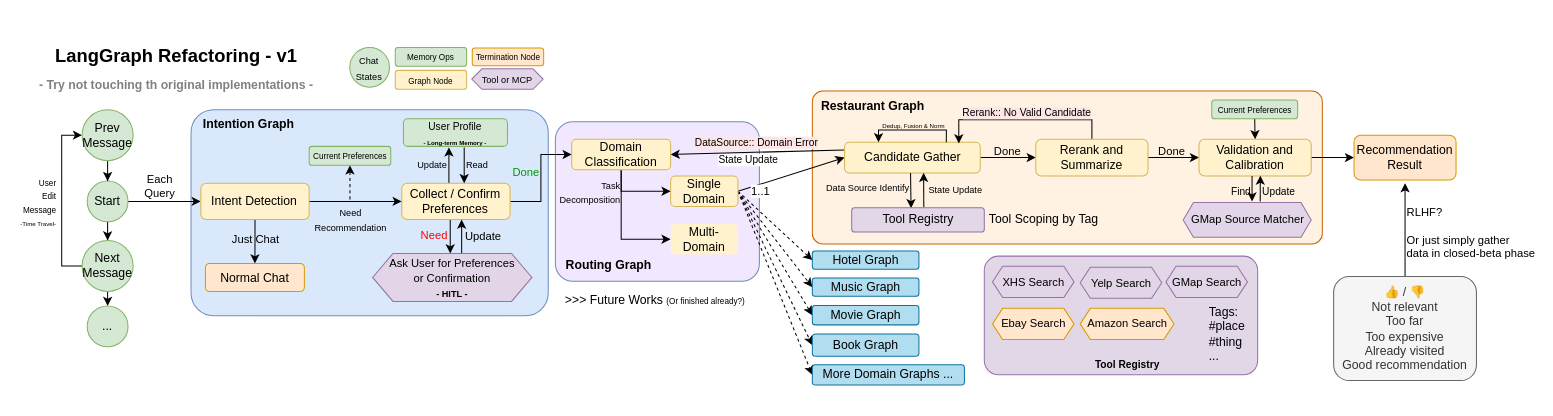
The draw.io diagram page "LangGraph Ref" (2 of 2) of MetaRec-SystemDiagram.drawio in Grey-z/Meta-Recommendation, before the edit. Source tidied: cells renumbered, new cells numbered last; positions are measured from the earlier drawing's top-left corner, leaving out a move shared by most shapes. Both pictures are drawn from the tidied source at 102%, with x=0, y=0 at pixel (48, 47).
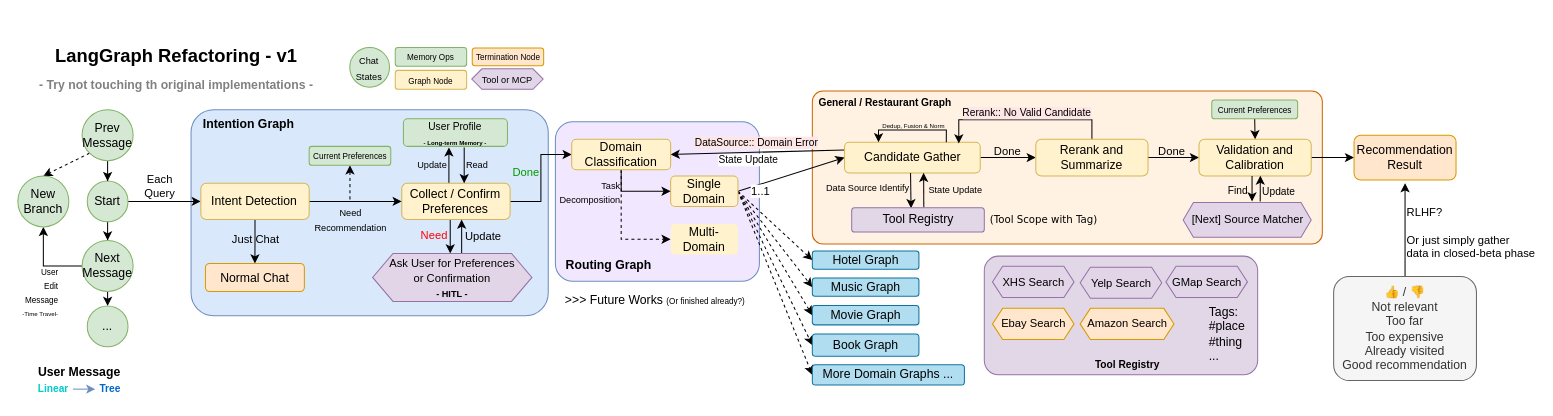
The same diagram, later.

The change refers to these unchanged cells:
```xml
<mxCell id="66" style="rounded=0;orthogonalLoop=1;jettySize=auto;html=1;exitX=0.5;exitY=1;exitDx=0;exitDy=0;" parent="1" edge="1">
  <mxGeometry relative="1" as="geometry">
    <mxPoint x="1180" y="126" as="sourcePoint" />
    <mxPoint x="1180" y="151" as="targetPoint" />
  </mxGeometry>
</mxCell>
<mxCell id="69" value="Prev Message" style="ellipse;whiteSpace=wrap;html=1;fillColor=#d5e8d4;strokeColor=#82b366;" parent="1" vertex="1">
  <mxGeometry x="33" y="61" width="50" height="50" as="geometry" />
</mxCell>
<mxCell id="71" value="Next Message" style="ellipse;whiteSpace=wrap;html=1;fillColor=#d5e8d4;strokeColor=#82b366;" parent="1" vertex="1">
  <mxGeometry x="33" y="189.2" width="50" height="50" as="geometry" />
</mxCell>
<mxCell id="78" value="Domain Classification" style="rounded=1;whiteSpace=wrap;html=1;fillColor=#fff2cc;strokeColor=#d6b656;" parent="1" vertex="1">
  <mxGeometry x="513" y="90" width="97" height="30" as="geometry" />
</mxCell>
<mxCell id="79" value="Multi- Domain" style="rounded=1;whiteSpace=wrap;html=1;fillColor=#fff2cc;strokeColor=none;" parent="1" vertex="1">
  <mxGeometry x="610" y="173" width="66" height="30" as="geometry" />
</mxCell>
```

The edit, as a diff of the source:
```diff
@@
-    <mxCell id="9" style="edgeStyle=orthogonalEdgeStyle;rounded=0;jettySize=auto;html=1;exitX=0;exitY=0.5;exitDx=0;exitDy=0;entryX=0;entryY=0.5;entryDx=0;entryDy=0;" parent="1" edge="1" source="71" target="69">
+    <mxCell id="9" style="edgeStyle=orthogonalEdgeStyle;rounded=0;jettySize=auto;html=1;exitX=0;exitY=0.5;exitDx=0;exitDy=0;entryX=0.5;entryY=1;entryDx=0;entryDy=0;" parent="1" edge="1" source="71" target="106">
       <mxGeometry relative="1" as="geometry" />
     </mxCell>
     <mxCell id="10" value="&lt;font style=&quot;&quot;&gt;&lt;span style=&quot;font-size: 8px;&quot;&gt;User&lt;/span&gt;&lt;br&gt;&lt;span style=&quot;font-size: 8px;&quot;&gt;Edit&lt;/span&gt;&lt;br&gt;&lt;span style=&quot;font-size: 8px;&quot;&gt;Message&lt;/span&gt;&lt;br&gt;&lt;font style=&quot;font-size: 6px;&quot;&gt;-Time Travel-&lt;/font&gt;&lt;/font&gt;" style="edgeLabel;html=1;align=right;verticalAlign=middle;fontColor=default;labelBackgroundColor=none;" parent="9" vertex="1">
       <mxGeometry x="0.05" y="1" relative="1" as="geometry">
-        <mxPoint x="-4" y="5" as="offset" />
+        <mxPoint x="16" y="27" as="offset" />
       </mxGeometry>
     </mxCell>
@@
-    <mxCell id="45" value="&lt;b&gt;Restaurant Graph&lt;/b&gt;" style="text;html=1;align=center;verticalAlign=middle;whiteSpace=wrap;rounded=0;" parent="1" vertex="1">
-      <mxGeometry x="755.5" y="42.8" width="105" height="30" as="geometry" />
+    <mxCell id="45" value="&lt;b&gt;&lt;font style=&quot;font-size: 10px;&quot;&gt;General / Restaurant Graph&lt;/font&gt;&lt;/b&gt;" style="text;html=1;align=center;verticalAlign=middle;whiteSpace=wrap;rounded=0;" parent="1" vertex="1">
+      <mxGeometry x="752.9" y="38.8" width="134.5" height="30" as="geometry" />
     </mxCell>
@@
-    <mxCell id="63" value="&lt;span style=&quot;font-size: 11px;&quot;&gt;GMap Source Matcher&lt;/span&gt;" style="shape=hexagon;perimeter=hexagonPerimeter2;whiteSpace=wrap;html=1;fixedSize=1;fillColor=#e1d5e7;strokeColor=#9673a6;size=10;" parent="1" vertex="1">
+    <mxCell id="63" value="&lt;span style=&quot;font-size: 11px;&quot;&gt;[Next] Source Matcher&lt;/span&gt;" style="shape=hexagon;perimeter=hexagonPerimeter2;whiteSpace=wrap;html=1;fixedSize=1;fillColor=#e1d5e7;strokeColor=#9673a6;size=10;" parent="1" vertex="1">
       <mxGeometry x="1112.5" y="152.1" width="125.5" height="34" as="geometry" />
     </mxCell>
@@
     <mxCell id="67" value="&lt;font style=&quot;font-size: 10px;&quot;&gt;Find&lt;/font&gt;" style="edgeLabel;html=1;align=center;verticalAlign=middle;labelBackgroundColor=none;" parent="66" vertex="1">
       <mxGeometry x="0.08" y="-1" relative="1" as="geometry">
-        <mxPoint x="-11" as="offset" />
+        <mxPoint x="-14" y="-1" as="offset" />
       </mxGeometry>
     </mxCell>
@@
+    <mxCell id="105" style="rounded=0;jettySize=auto;html=1;exitX=0;exitY=1;exitDx=0;exitDy=0;entryX=0.5;entryY=0;entryDx=0;entryDy=0;dashed=1;" parent="1" edge="1" source="69" target="106">
+      <mxGeometry relative="1" as="geometry" />
+    </mxCell>
@@
-    <mxCell id="75" style="edgeStyle=orthogonalEdgeStyle;rounded=0;jettySize=auto;html=1;exitX=0.5;exitY=1;exitDx=0;exitDy=0;entryX=0;entryY=0.5;entryDx=0;entryDy=0;" parent="1" edge="1" source="78" target="79">
+    <mxCell id="75" style="edgeStyle=orthogonalEdgeStyle;rounded=0;jettySize=auto;html=1;exitX=0.5;exitY=1;exitDx=0;exitDy=0;entryX=0;entryY=0.5;entryDx=0;entryDy=0;dashed=1;" parent="1" edge="1" source="78" target="79">
       <mxGeometry relative="1" as="geometry" />
     </mxCell>
@@
-    <mxCell id="104" value="Tool Scoping by Tag" style="text;html=1;align=center;verticalAlign=middle;whiteSpace=wrap;rounded=0;" parent="1" vertex="1">
+    <mxCell id="104" value="&lt;font style=&quot;font-size: 10px;&quot; face=&quot;Verdana&quot;&gt;(Tool Scope with Tag)&lt;/font&gt;" style="text;html=1;align=center;verticalAlign=middle;whiteSpace=wrap;rounded=0;" parent="1" vertex="1">
       <mxGeometry x="918.5" y="154.1" width="114" height="30" as="geometry" />
     </mxCell>
+    <mxCell id="106" value="New Branch" style="ellipse;whiteSpace=wrap;html=1;fillColor=#d5e8d4;strokeColor=#82b366;" parent="1" vertex="1">
+      <mxGeometry x="-30" y="126" width="50" height="50" as="geometry" />
+    </mxCell>
+    <mxCell id="107" value="&lt;b&gt;User Message&lt;br&gt;&lt;font color=&quot;#00cccc&quot; style=&quot;font-size: 10px;&quot;&gt;Linear&amp;nbsp; &amp;nbsp; &amp;nbsp; &amp;nbsp; &amp;nbsp; &amp;nbsp;&lt;/font&gt;&lt;font color=&quot;#0066cc&quot; style=&quot;font-size: 10px;&quot;&gt;Tree&lt;/font&gt;&lt;/b&gt;" style="text;html=1;align=center;verticalAlign=middle;whiteSpace=wrap;rounded=0;" parent="1" vertex="1">
+      <mxGeometry x="-22" y="311" width="105" height="30" as="geometry" />
+    </mxCell>
+    <mxCell id="108" style="endArrow=classic;html=1;rounded=0;fillColor=#dae8fc;strokeColor=#6c8ebf;" parent="1" edge="1">
+      <mxGeometry relative="1" as="geometry">
+        <mxPoint x="24" y="335" as="sourcePoint" />
+        <mxPoint x="46" y="335" as="targetPoint" />
+      </mxGeometry>
+    </mxCell>
```
